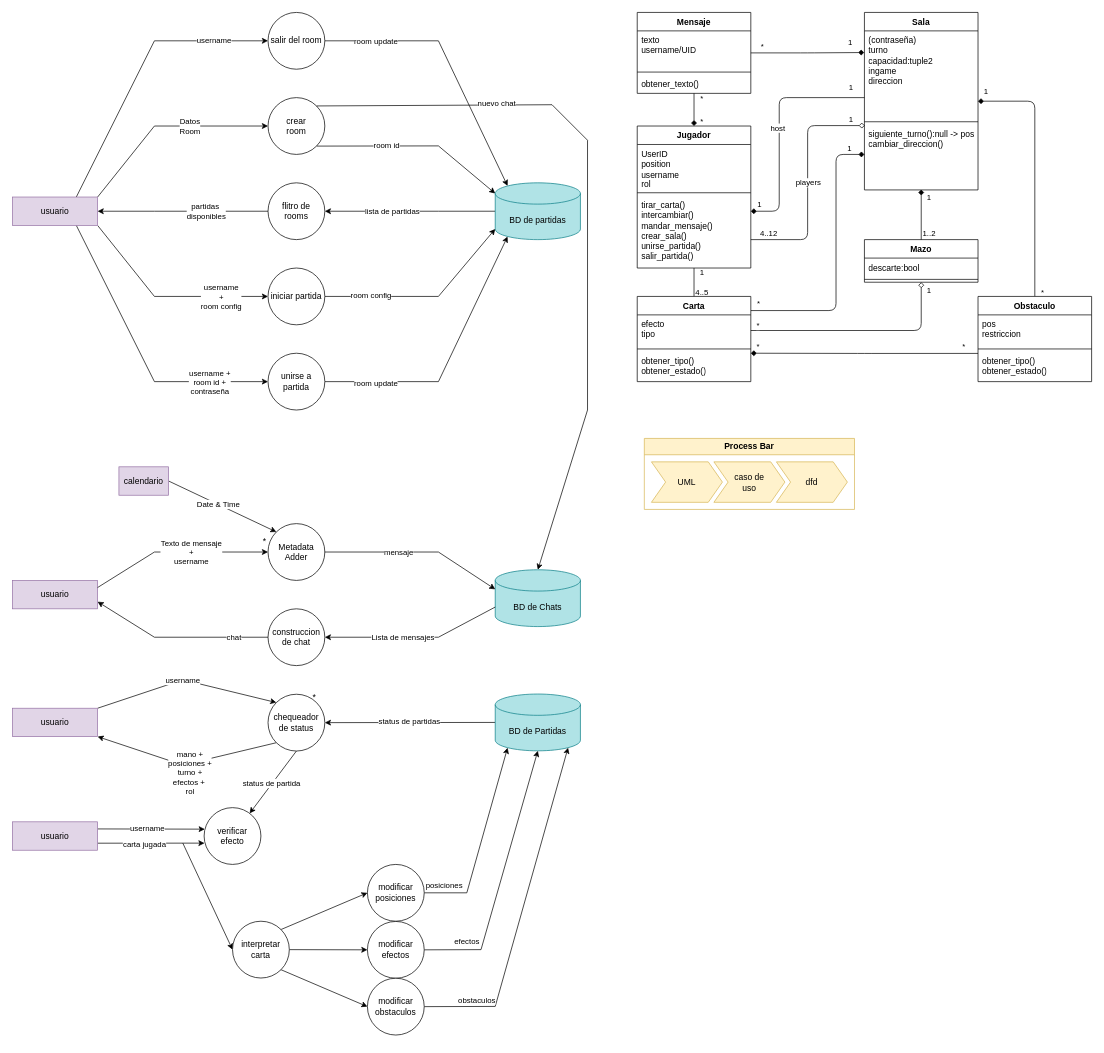
Before: page "Page-1" (1 of 3) of Diagrama sin título.drawio in PedroSalas216/Ingenieria-SW-1, a draw.io diagram. Source tidied: cells renumbered, new cells numbered last; positions are measured from the earlier drawing's top-left corner, leaving out a move shared by most shapes. Both pictures are drawn from the tidied source at 71%, with x=0, y=0 at pixel (12, 12).
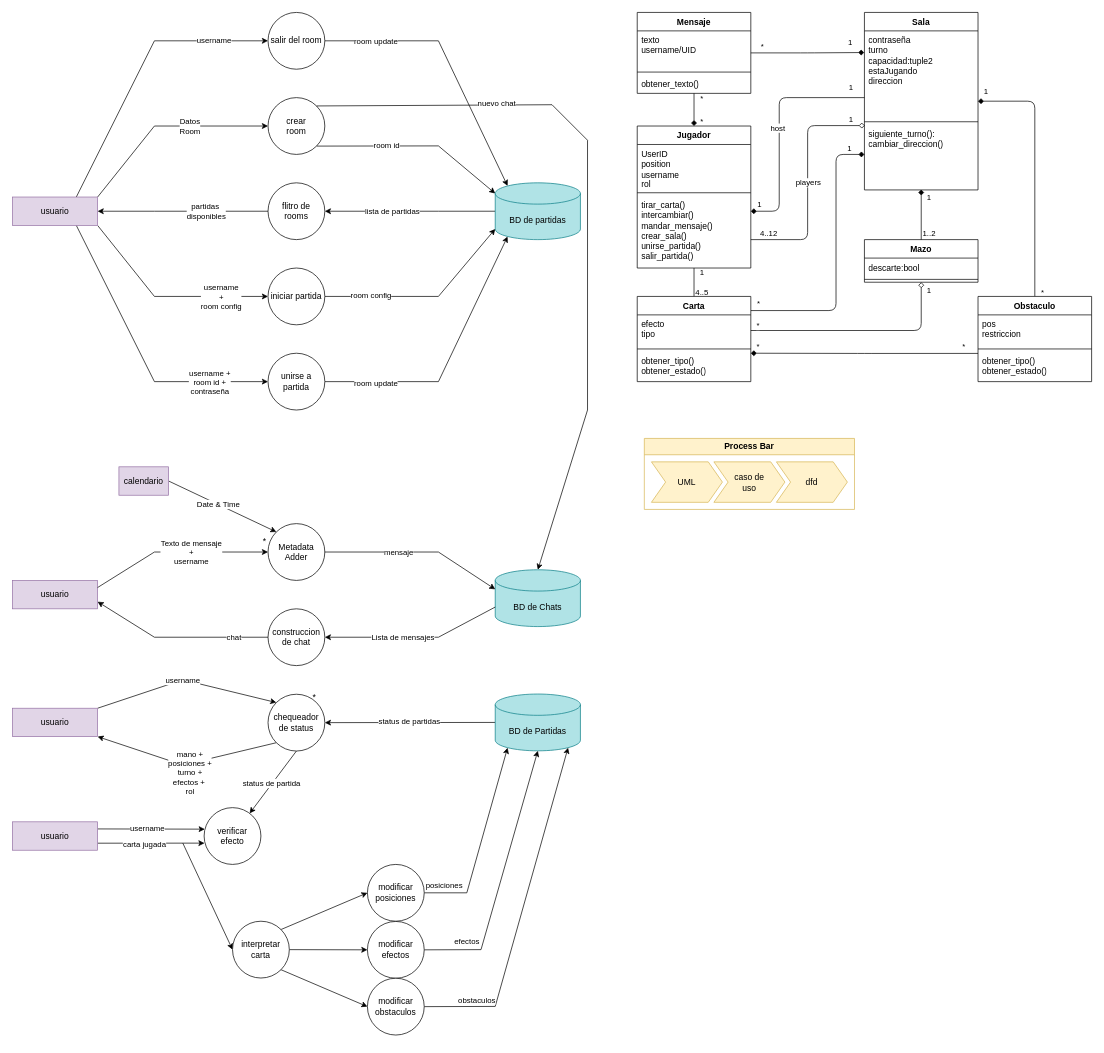
After the change.

Commit message:
avances en dfd

Unchanged cells that the change refers to:
```xml
<mxCell id="98" value="&lt;div&gt;Sala&lt;/div&gt;" style="swimlane;fontStyle=1;align=center;verticalAlign=top;horizontal=1;startSize=26;whiteSpace=wrap;html=1;" parent="1" vertex="1">
  <mxGeometry x="1200" width="160" height="250" as="geometry" />
</mxCell>
```

The edit, as a diff of the source:
```diff
@@
-    <mxCell id="99" value="&lt;div&gt;(contraseña)&lt;/div&gt;&lt;div&gt;turno&lt;/div&gt;&lt;div&gt;capacidad:tuple2&lt;/div&gt;&lt;div&gt;ingame&lt;br&gt;&lt;/div&gt;&lt;div&gt;direccion&lt;br&gt;&lt;/div&gt;&lt;div&gt;&lt;br&gt;&lt;/div&gt;" style="text;strokeColor=none;fillColor=none;align=left;verticalAlign=top;spacingLeft=4;spacingRight=4;overflow=hidden;points=[[0,0.5],[1,0.5]];portConstraint=eastwest;whiteSpace=wrap;html=1;" parent="98" vertex="1">
+    <mxCell id="99" value="&lt;div&gt;contraseña&lt;/div&gt;&lt;div&gt;turno&lt;/div&gt;&lt;div&gt;capacidad:tuple2&lt;/div&gt;&lt;div&gt;estaJugando&lt;/div&gt;&lt;div&gt;direccion&lt;br&gt;&lt;/div&gt;&lt;div&gt;&lt;br&gt;&lt;/div&gt;" style="text;strokeColor=none;fillColor=none;align=left;verticalAlign=top;spacingLeft=4;spacingRight=4;overflow=hidden;points=[[0,0.5],[1,0.5]];portConstraint=eastwest;whiteSpace=wrap;html=1;" parent="98" vertex="1">
       <mxGeometry y="26" width="160" height="124" as="geometry" />
     </mxCell>
@@
-    <mxCell id="101" value="&lt;div&gt;siguiente_turno():null -&amp;gt; pos&lt;/div&gt;&lt;div&gt;cambiar_direccion()&lt;/div&gt;&lt;br&gt;&lt;div&gt;&lt;br&gt;&lt;/div&gt;" style="text;strokeColor=none;fillColor=none;align=left;verticalAlign=top;spacingLeft=4;spacingRight=4;overflow=hidden;points=[[0,0.5],[1,0.5]];portConstraint=eastwest;whiteSpace=wrap;html=1;" parent="98" vertex="1">
+    <mxCell id="101" value="&lt;div&gt;siguiente_turno():&lt;/div&gt;&lt;div&gt;cambiar_direccion()&lt;/div&gt;&lt;br&gt;&lt;div&gt;&lt;br&gt;&lt;/div&gt;" style="text;strokeColor=none;fillColor=none;align=left;verticalAlign=top;spacingLeft=4;spacingRight=4;overflow=hidden;points=[[0,0.5],[1,0.5]];portConstraint=eastwest;whiteSpace=wrap;html=1;" parent="98" vertex="1">
       <mxGeometry y="158" width="160" height="92" as="geometry" />
     </mxCell>
```
